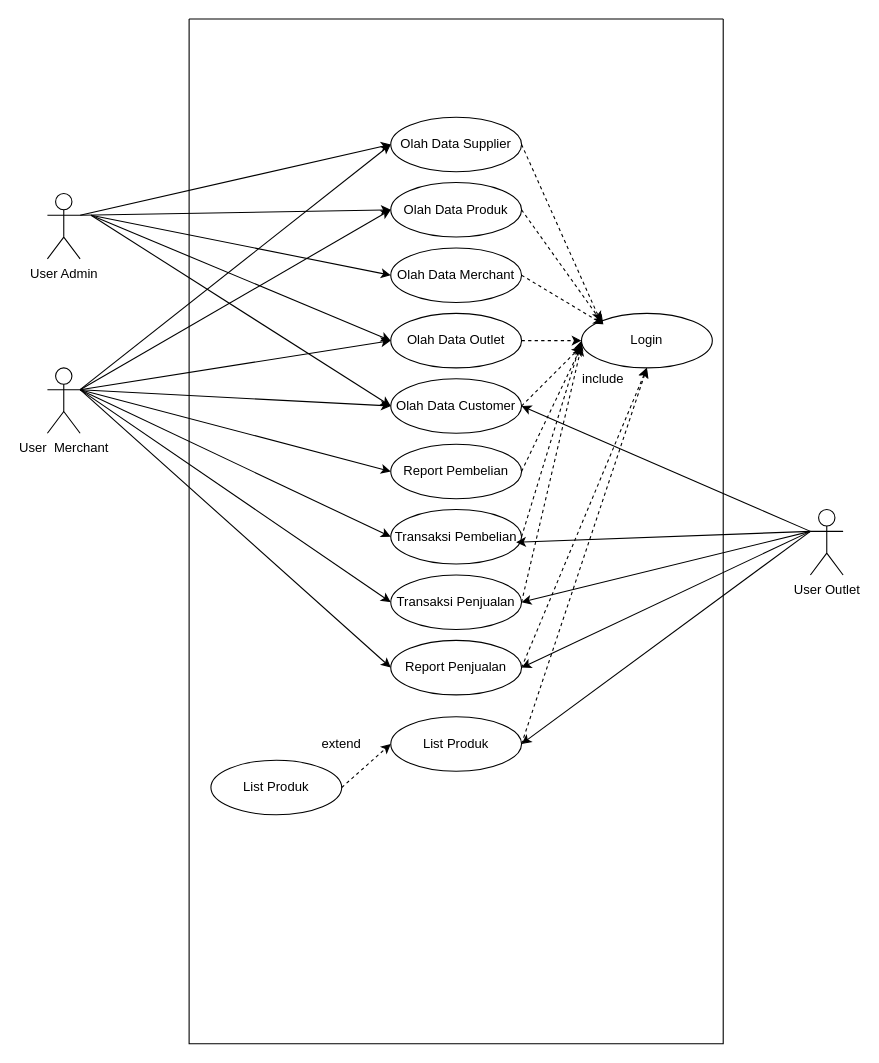
This is documents/usecase.drawio from ardiananta/docTest, a draw.io file, before an edit. Source tidied: cells renumbered, new cells numbered last; positions are measured from the earlier drawing's top-left corner, leaving out a move shared by most shapes. Both pictures are drawn from the tidied source at 109%, with x=0, y=0 at pixel (47, 19).
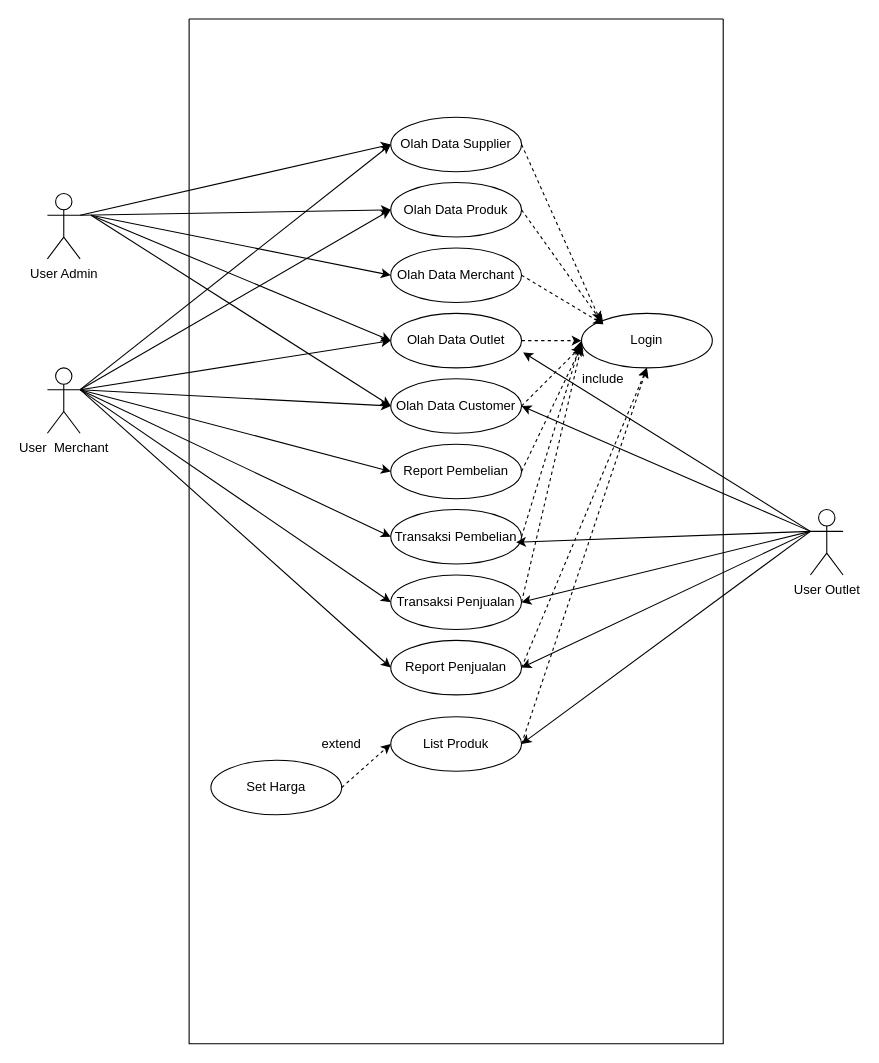
The same page after the edit.

Unchanged cells that the change refers to:
```xml
<mxCell id="2" style="swimlane;startSize=0;" parent="1" vertex="1">
  <mxGeometry x="130" width="490" height="940" as="geometry" />
</mxCell>
<mxCell id="7" value="Olah Data Outlet" style="ellipse;whiteSpace=wrap;html=1;" parent="2" vertex="1">
  <mxGeometry x="185" y="270" width="120" height="50" as="geometry" />
</mxCell>
<mxCell id="23" value="User Outlet&lt;br&gt;" style="shape=umlActor;verticalLabelPosition=bottom;verticalAlign=top;html=1;outlineConnect=0;" parent="1" vertex="1">
  <mxGeometry x="700" y="450" width="30" height="60" as="geometry" />
</mxCell>
```

Diff of the diagram source:
```diff
@@
-    <mxCell id="14" value="List Produk" style="ellipse;whiteSpace=wrap;html=1;" parent="2" vertex="1">
+    <mxCell id="14" value="Set Harga" style="ellipse;whiteSpace=wrap;html=1;" parent="2" vertex="1">
       <mxGeometry x="20" y="680" width="120" height="50" as="geometry" />
     </mxCell>
@@
+    <mxCell id="49" style="endArrow=classic;html=1;exitX=0;exitY=0.3333333333333333;exitDx=0;exitDy=0;exitPerimeter=0;entryX=1.012;entryY=0.716;entryDx=0;entryDy=0;entryPerimeter=0;" parent="1" edge="1" source="23" target="7">
+      <mxGeometry relative="1" as="geometry" />
+    </mxCell>
```
